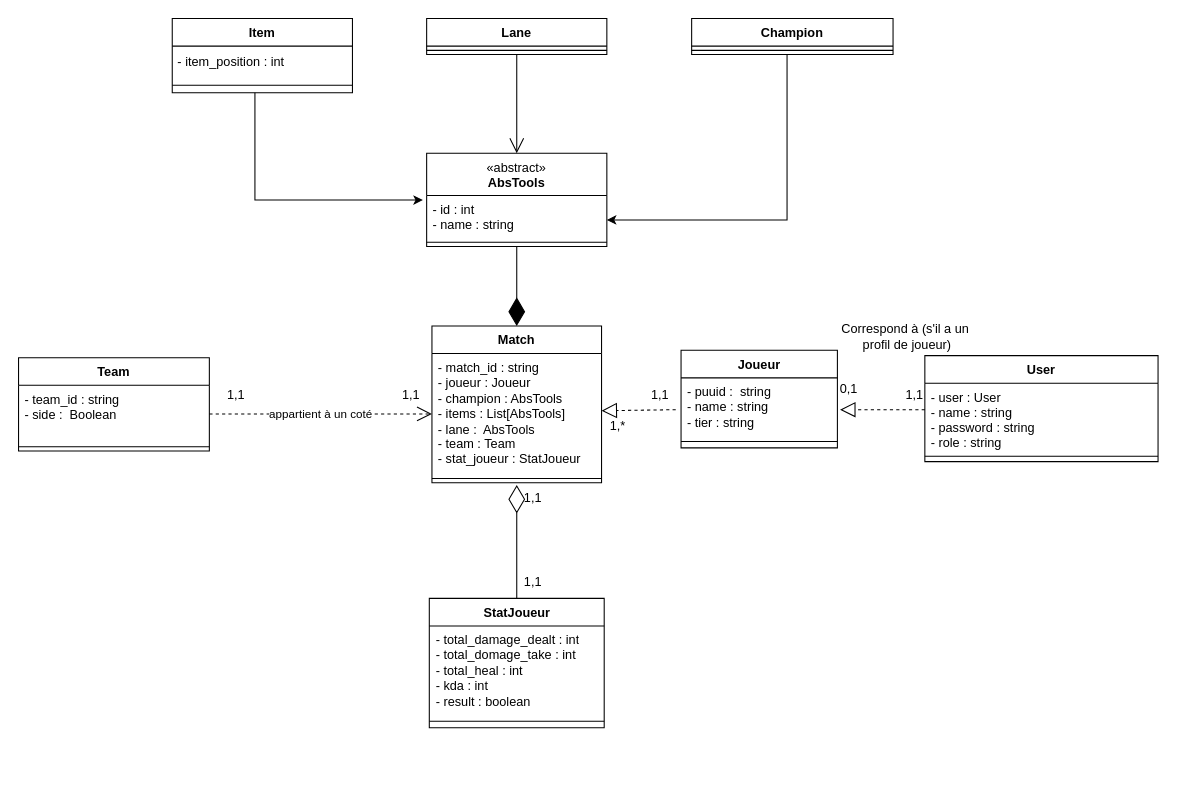
Above: Image Prod/League of legends.drawio in Niyo-D-JC/HelpWork (draw.io), before the change. Source tidied: cells renumbered, new cells numbered last; positions are measured from the earlier drawing's top-left corner, leaving out a move shared by most shapes. Both pictures are drawn from the tidied source at 106%, with x=0, y=0 at pixel (18, 18).
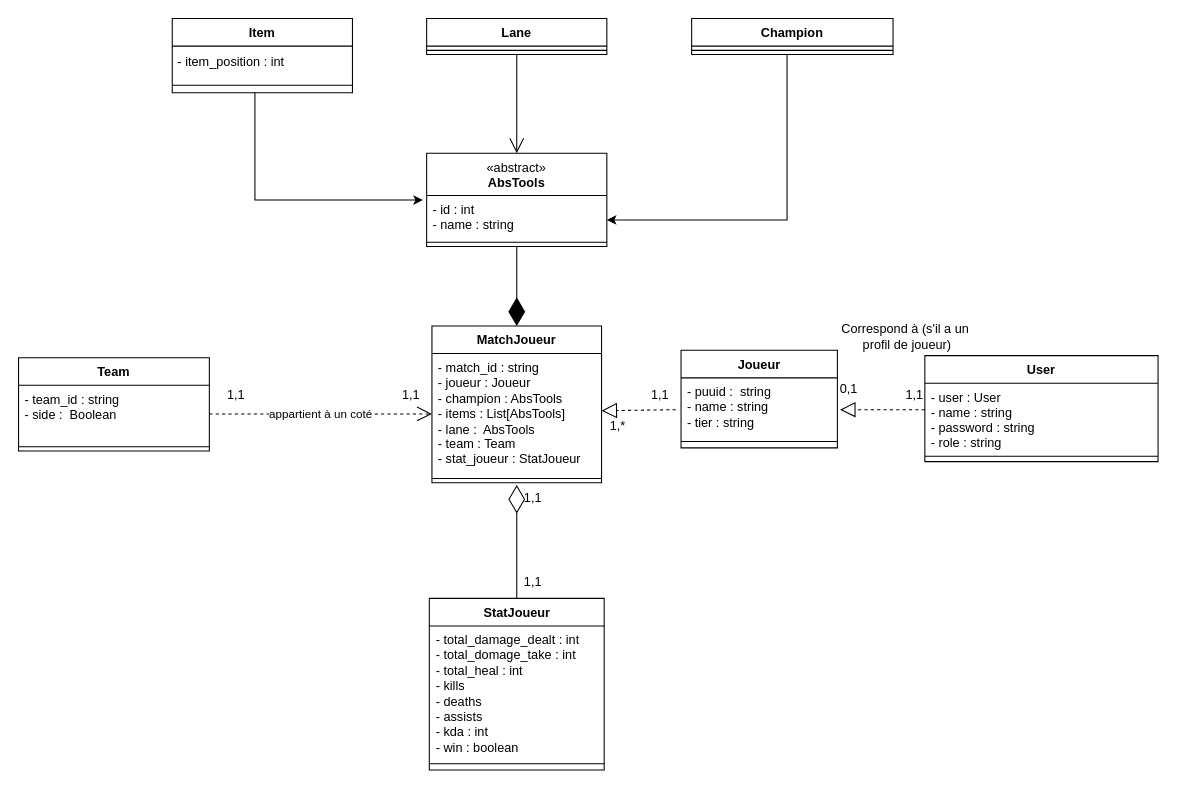
The same diagram, later.

Commit message:
Mettre à jour League of legends.drawio

Change to the diagram source:
```diff
@@
     <mxCell id="2" value="StatJoueur" style="swimlane;fontStyle=1;align=center;verticalAlign=top;horizontal=1;startSize=26;whiteSpace=wrap;html=1;" parent="1" vertex="1">
-      <mxGeometry x="387.5" y="547" width="165" height="122" as="geometry" />
+      <mxGeometry x="387.5" y="547" width="165" height="162" as="geometry" />
     </mxCell>
-    <mxCell id="3" value="- total_damage_dealt : int&lt;br&gt;- total_domage_take : int&lt;br&gt;- total_heal : int&lt;br&gt;- kda : int&lt;br&gt;- result : boolean" style="text;strokeColor=none;fillColor=none;align=left;verticalAlign=top;spacingLeft=4;spacingRight=4;overflow=hidden;whiteSpace=wrap;html=1;" parent="2" vertex="1">
-      <mxGeometry y="26" width="165" height="84" as="geometry" />
+    <mxCell id="3" value="- total_damage_dealt : int&lt;br&gt;- total_domage_take : int&lt;br&gt;- total_heal : int&lt;br&gt;- kills&lt;br&gt;- deaths&lt;br&gt;- assists&lt;br&gt;- kda : int&lt;br&gt;- win : boolean" style="text;strokeColor=none;fillColor=none;align=left;verticalAlign=top;spacingLeft=4;spacingRight=4;overflow=hidden;whiteSpace=wrap;html=1;" parent="2" vertex="1">
+      <mxGeometry y="26" width="165" height="124" as="geometry" />
     </mxCell>
     <mxCell id="4" style="line;strokeWidth=1;fillColor=none;align=left;verticalAlign=middle;spacingTop=-1;spacingLeft=3;spacingRight=3;labelPosition=right;strokeColor=inherit;" parent="2" vertex="1">
-      <mxGeometry y="110" width="165" height="12" as="geometry" />
+      <mxGeometry y="150" width="165" height="12" as="geometry" />
     </mxCell>
-    <mxCell id="5" value="Match" style="swimlane;fontStyle=1;align=center;verticalAlign=top;horizontal=1;startSize=26;whiteSpace=wrap;html=1;" parent="1" vertex="1">
+    <mxCell id="5" value="MatchJoueur" style="swimlane;fontStyle=1;align=center;verticalAlign=top;horizontal=1;startSize=26;whiteSpace=wrap;html=1;" parent="1" vertex="1">
       <mxGeometry x="390" y="290" width="160" height="148" as="geometry" />
     </mxCell>
```
